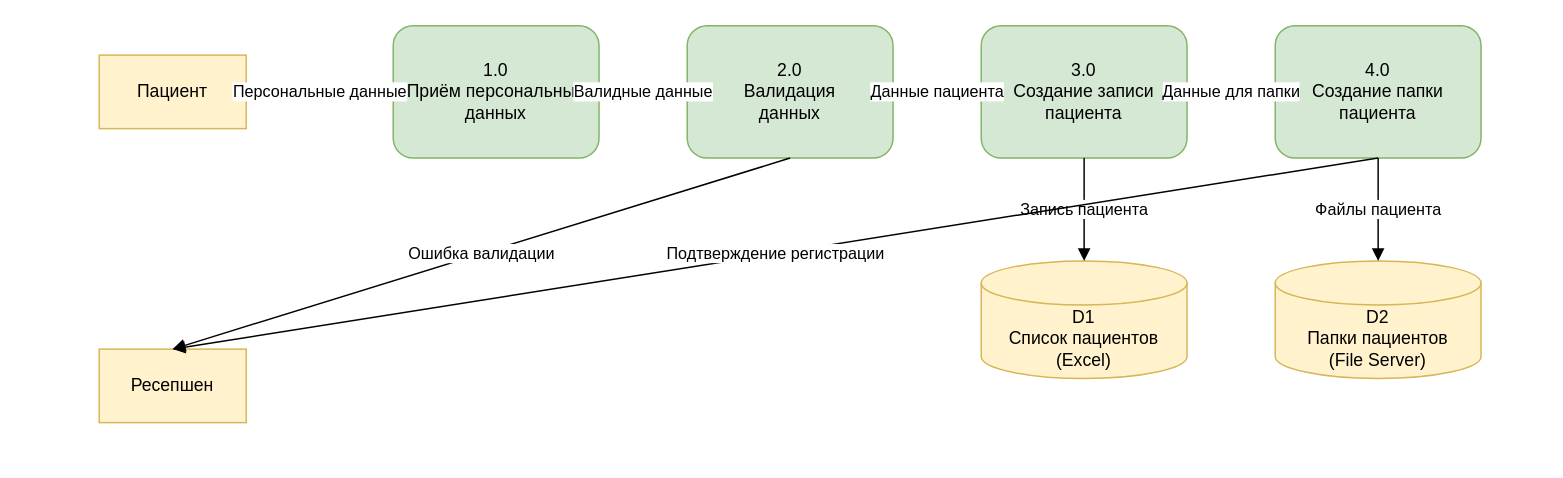
Before: Task1/DFD_Level1_Регистрация_пациента.drawio in practicumstudent2025/architecture-medikamente, a draw.io diagram. Source tidied: cells renumbered, new cells numbered last; positions are measured from the earlier drawing's top-left corner, leaving out a move shared by most shapes. Both pictures are drawn from the tidied source at 147%, with x=0, y=0 at pixel (98, 25).
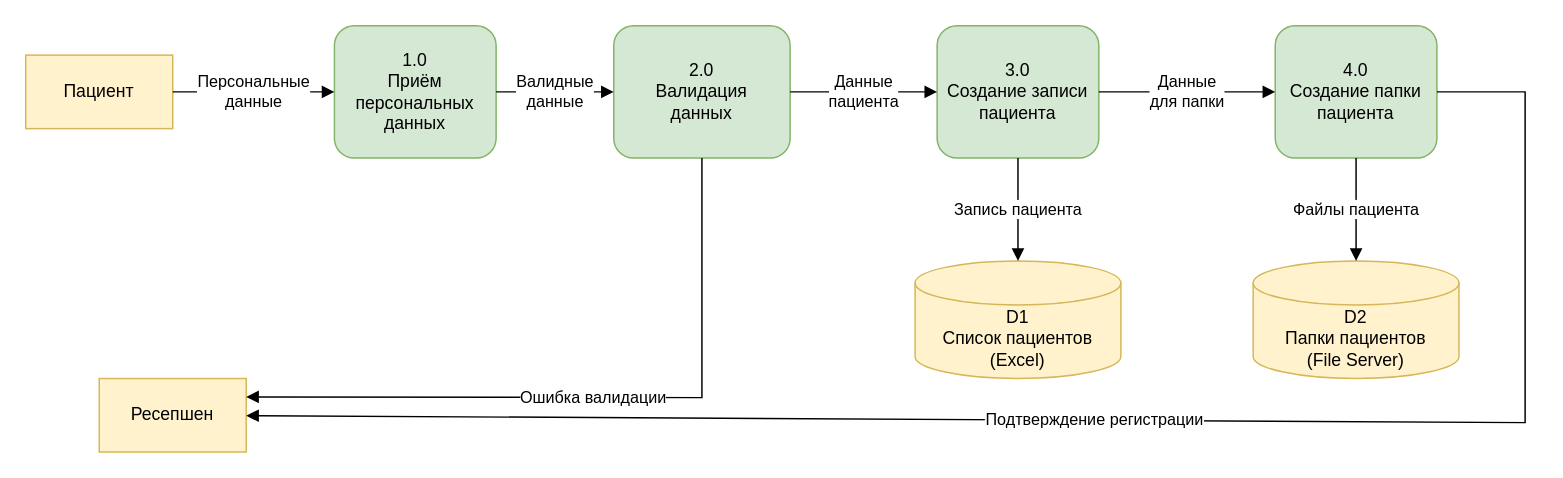
The same diagram, later.

Commit message:
Обновления файлов

The edit, as a diff of the source:
```diff
@@
     <mxCell id="2" value="Пациент" style="rounded=0;whiteSpace=wrap;html=1;fillColor=#fff2cc;strokeColor=#d6b656;" parent="1" vertex="1">
-      <mxGeometry y="20" width="100" height="50" as="geometry" />
+      <mxGeometry x="-50" y="20" width="100" height="50" as="geometry" />
     </mxCell>
     <mxCell id="3" value="Ресепшен" style="rounded=0;whiteSpace=wrap;html=1;fillColor=#fff2cc;strokeColor=#d6b656;" parent="1" vertex="1">
-      <mxGeometry y="220" width="100" height="50" as="geometry" />
+      <mxGeometry y="240" width="100" height="50" as="geometry" />
     </mxCell>
     <mxCell id="4" value="1.0&#10;Приём персональных&#10;данных" style="rounded=1;whiteSpace=wrap;html=1;fillColor=#d5e8d4;strokeColor=#82b366;" parent="1" vertex="1">
-      <mxGeometry x="200" width="140" height="90" as="geometry" />
+      <mxGeometry x="160" width="110" height="90" as="geometry" />
     </mxCell>
     <mxCell id="5" value="2.0&#10;Валидация&#10;данных" style="rounded=1;whiteSpace=wrap;html=1;fillColor=#d5e8d4;strokeColor=#82b366;" parent="1" vertex="1">
-      <mxGeometry x="400" width="140" height="90" as="geometry" />
+      <mxGeometry x="350" width="120" height="90" as="geometry" />
     </mxCell>
     <mxCell id="6" value="3.0&#10;Создание записи&#10;пациента" style="rounded=1;whiteSpace=wrap;html=1;fillColor=#d5e8d4;strokeColor=#82b366;" parent="1" vertex="1">
-      <mxGeometry x="600" width="140" height="90" as="geometry" />
+      <mxGeometry x="570" width="110" height="90" as="geometry" />
     </mxCell>
     <mxCell id="7" value="4.0&#10;Создание папки&#10;пациента" style="rounded=1;whiteSpace=wrap;html=1;fillColor=#d5e8d4;strokeColor=#82b366;" parent="1" vertex="1">
-      <mxGeometry x="800" width="140" height="90" as="geometry" />
+      <mxGeometry x="800" width="110" height="90" as="geometry" />
     </mxCell>
     <mxCell id="8" value="D1&#10;Список пациентов&#10;(Excel)" style="shape=cylinder3;whiteSpace=wrap;html=1;boundedLbl=1;backgroundOutline=1;size=15;fillColor=#fff2cc;strokeColor=#d6b656;" parent="1" vertex="1">
-      <mxGeometry x="600" y="160" width="140" height="80" as="geometry" />
+      <mxGeometry x="555" y="160" width="140" height="80" as="geometry" />
     </mxCell>
     <mxCell id="9" value="D2&#10;Папки пациентов&#10;(File Server)" style="shape=cylinder3;whiteSpace=wrap;html=1;boundedLbl=1;backgroundOutline=1;size=15;fillColor=#fff2cc;strokeColor=#d6b656;" parent="1" vertex="1">
-      <mxGeometry x="800" y="160" width="140" height="80" as="geometry" />
+      <mxGeometry x="785" y="160" width="140" height="80" as="geometry" />
     </mxCell>
-    <mxCell id="10" value="Персональные данные" style="endArrow=block;endFill=1;html=1;rounded=0;exitX=1;exitY=0.5;exitDx=0;exitDy=0;entryX=0;entryY=0.5;entryDx=0;entryDy=0;" parent="1" edge="1" source="2" target="4">
+    <mxCell id="10" value="Персональные &lt;br&gt;данные" style="endArrow=block;endFill=1;html=1;rounded=0;exitX=1;exitY=0.5;exitDx=0;exitDy=0;entryX=0;entryY=0.5;entryDx=0;entryDy=0;" parent="1" edge="1" source="2" target="4">
       <mxGeometry relative="1" as="geometry" />
     </mxCell>
-    <mxCell id="11" value="Валидные данные" style="endArrow=block;endFill=1;html=1;rounded=0;exitX=1;exitY=0.5;exitDx=0;exitDy=0;entryX=0;entryY=0.5;entryDx=0;entryDy=0;" parent="1" edge="1" source="4" target="5">
+    <mxCell id="11" value="Валидные &lt;br&gt;данные" style="endArrow=block;endFill=1;html=1;rounded=0;exitX=1;exitY=0.5;exitDx=0;exitDy=0;entryX=0;entryY=0.5;entryDx=0;entryDy=0;" parent="1" edge="1" source="4" target="5">
       <mxGeometry relative="1" as="geometry" />
     </mxCell>
-    <mxCell id="12" value="Данные пациента" style="endArrow=block;endFill=1;html=1;rounded=0;exitX=1;exitY=0.5;exitDx=0;exitDy=0;entryX=0;entryY=0.5;entryDx=0;entryDy=0;" parent="1" edge="1" source="5" target="6">
+    <mxCell id="12" value="Данные &lt;br&gt;пациента" style="endArrow=block;endFill=1;html=1;rounded=0;exitX=1;exitY=0.5;exitDx=0;exitDy=0;entryX=0;entryY=0.5;entryDx=0;entryDy=0;" parent="1" edge="1" source="5" target="6">
       <mxGeometry relative="1" as="geometry" />
     </mxCell>
@@
-    <mxCell id="14" value="Данные для папки" style="endArrow=block;endFill=1;html=1;rounded=0;exitX=1;exitY=0.5;exitDx=0;exitDy=0;entryX=0;entryY=0.5;entryDx=0;entryDy=0;" parent="1" edge="1" source="6" target="7">
+    <mxCell id="14" value="Данные &lt;br&gt;для папки" style="endArrow=block;endFill=1;html=1;rounded=0;exitX=1;exitY=0.5;exitDx=0;exitDy=0;entryX=0;entryY=0.5;entryDx=0;entryDy=0;" parent="1" edge="1" source="6" target="7">
       <mxGeometry relative="1" as="geometry" />
     </mxCell>
@@
-    <mxCell id="16" value="Ошибка валидации" style="endArrow=block;endFill=1;html=1;rounded=0;exitX=0.5;exitY=1;exitDx=0;exitDy=0;entryX=0.5;entryY=0;entryDx=0;entryDy=0;" parent="1" edge="1" source="5" target="3">
-      <mxGeometry relative="1" as="geometry" />
+    <mxCell id="16" value="Ошибка валидации" style="endArrow=block;endFill=1;html=1;rounded=0;exitX=0.5;exitY=1;exitDx=0;exitDy=0;entryX=1;entryY=0.25;entryDx=0;entryDy=0;" parent="1" edge="1" source="5" target="3">
+      <mxGeometry relative="1" as="geometry">
+        <Array as="points">
+          <mxPoint x="410" y="253" />
+        </Array>
+      </mxGeometry>
     </mxCell>
-    <mxCell id="17" value="Подтверждение регистрации" style="endArrow=block;endFill=1;html=1;rounded=0;exitX=0.5;exitY=1;exitDx=0;exitDy=0;entryX=0.5;entryY=0;entryDx=0;entryDy=0;" parent="1" edge="1" source="7" target="3">
-      <mxGeometry relative="1" as="geometry" />
+    <mxCell id="17" value="Подтверждение регистрации" style="endArrow=block;endFill=1;html=1;rounded=0;exitX=1;exitY=0.5;exitDx=0;exitDy=0;" parent="1" edge="1" source="7" target="3">
+      <mxGeometry relative="1" as="geometry">
+        <Array as="points">
+          <mxPoint x="970" y="45" />
+          <mxPoint x="970" y="270" />
+        </Array>
+      </mxGeometry>
     </mxCell>
```
